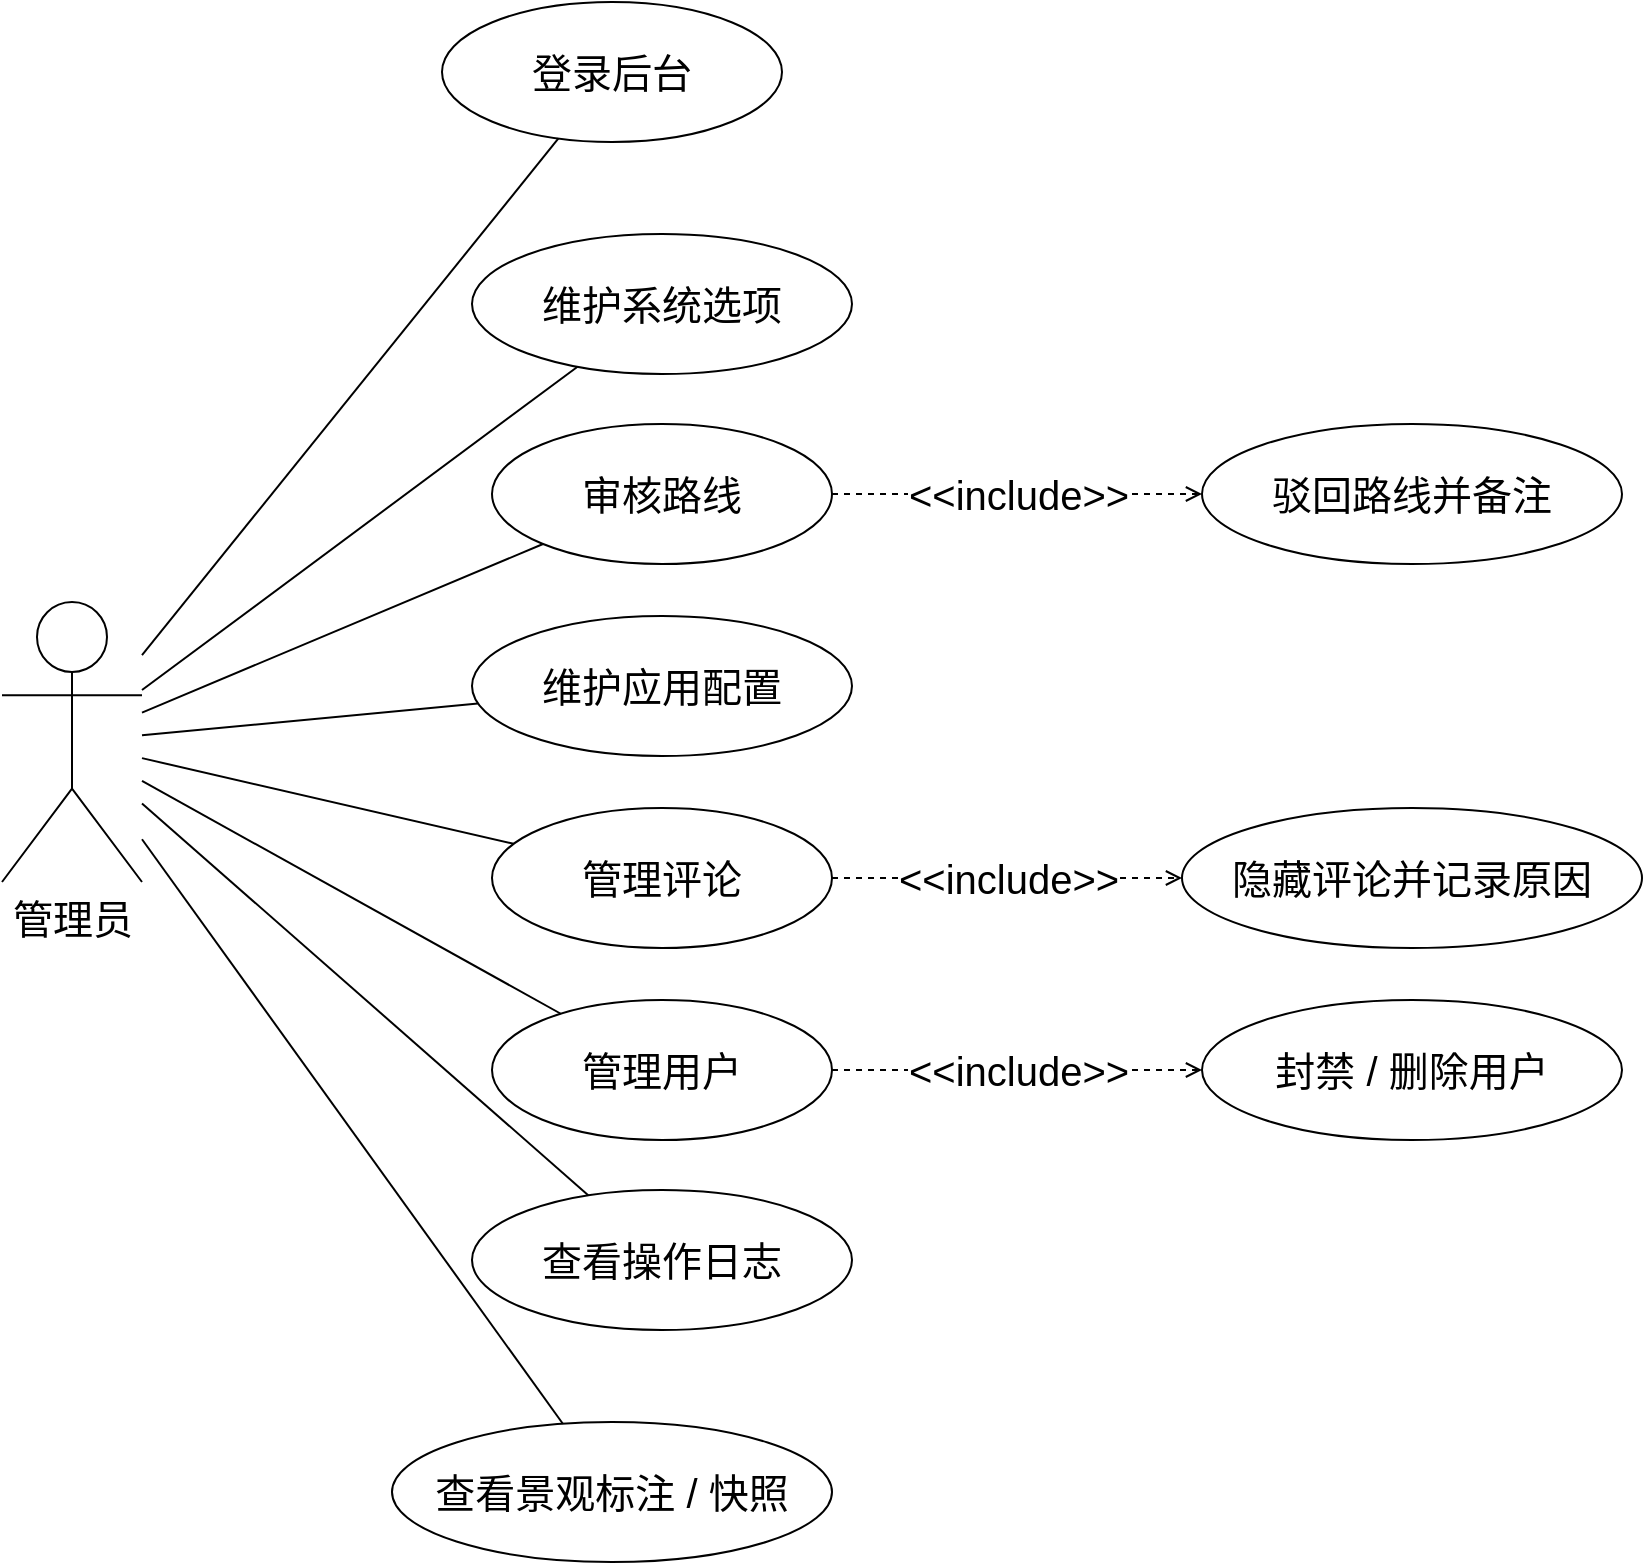
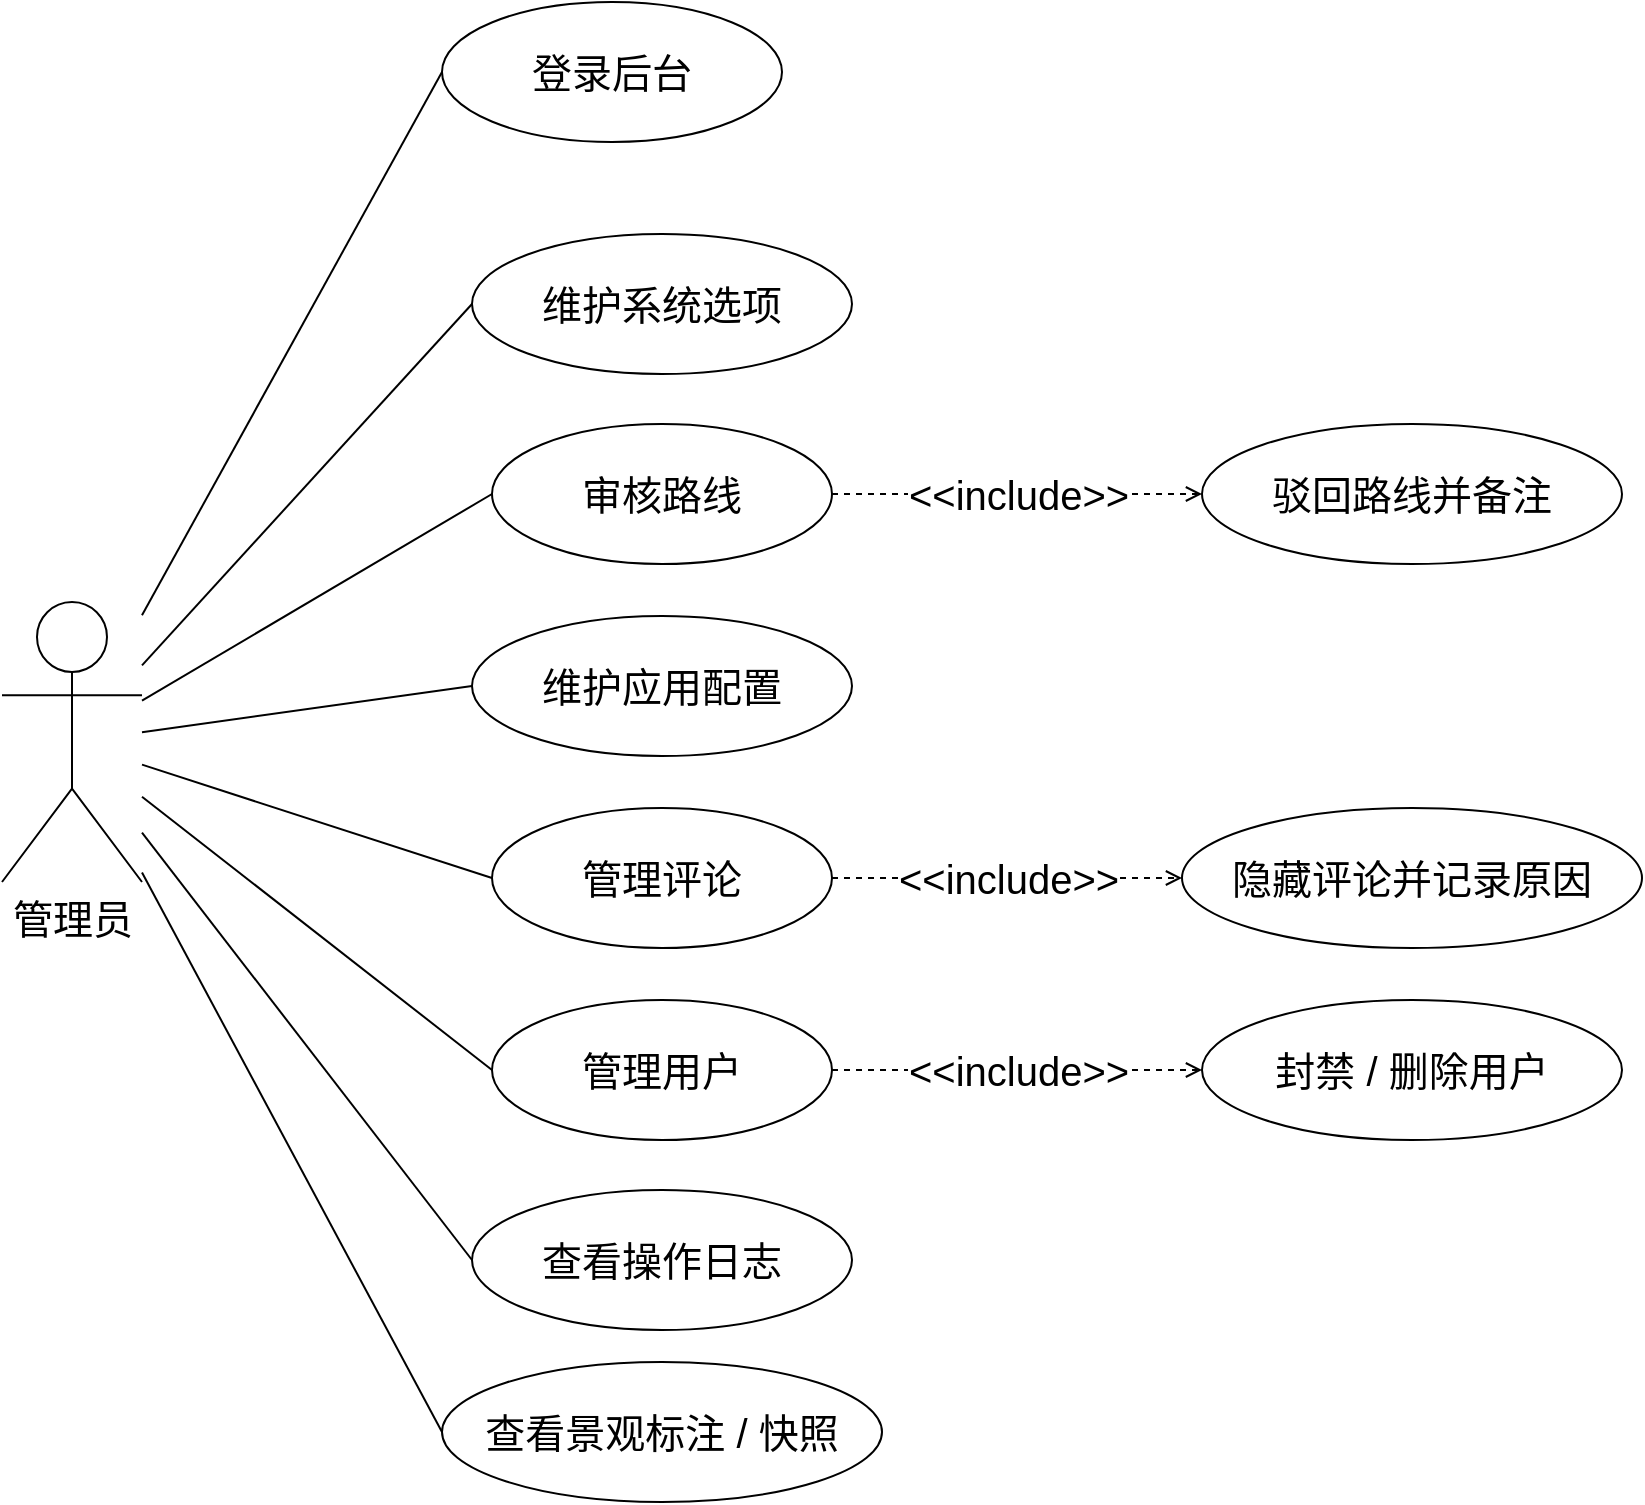
<mxfile host="Electron">
  <diagram name="admin-user-usecase" id="admin-user-usecase">
-     <mxGraphModel dx="1622" dy="1315" grid="1" gridSize="10" guides="1" tooltips="1" connect="1" arrows="1" fold="1" page="1" pageScale="1" pageWidth="1600" pageHeight="1000" math="0" shadow="0">
+     <mxGraphModel dx="1001" dy="803" grid="1" gridSize="10" guides="1" tooltips="1" connect="1" arrows="1" fold="1" page="1" pageScale="1" pageWidth="1600" pageHeight="1000" math="0" shadow="0">
      <root>
        <mxCell id="0" />
        <mxCell id="1" parent="0" />
        <mxCell id="actor_admin" parent="1" style="shape=umlActor;verticalLabelPosition=bottom;verticalAlign=top;html=1;fontSize=20;fillColor=none;" value="管理员" vertex="1">
          <mxGeometry height="140" width="70" x="70" y="350" as="geometry" />
        </mxCell>
        <mxCell id="uc_admin_login" parent="1" style="ellipse;whiteSpace=wrap;html=1;fontSize=20;fillColor=none;" value="登录后台" vertex="1">
          <mxGeometry height="70" width="170" x="290" y="50" as="geometry" />
        </mxCell>
        <mxCell id="uc_route_review" parent="1" style="ellipse;whiteSpace=wrap;html=1;fontSize=20;fillColor=none;" value="审核路线" vertex="1">
          <mxGeometry height="70" width="170" x="315" y="261" as="geometry" />
        </mxCell>
        <mxCell id="uc_review_mgmt" parent="1" style="ellipse;whiteSpace=wrap;html=1;fontSize=20;fillColor=none;" value="管理评论" vertex="1">
          <mxGeometry height="70" width="170" x="315" y="453" as="geometry" />
        </mxCell>
        <mxCell id="uc_user_mgmt" parent="1" style="ellipse;whiteSpace=wrap;html=1;fontSize=20;fillColor=none;" value="管理用户" vertex="1">
          <mxGeometry height="70" width="170" x="315" y="549" as="geometry" />
        </mxCell>
        <mxCell id="uc_logs" parent="1" style="ellipse;whiteSpace=wrap;html=1;fontSize=20;fillColor=none;" value="查看操作日志" vertex="1">
          <mxGeometry height="70" width="190" x="305" y="644" as="geometry" />
        </mxCell>
        <mxCell id="uc_system_option" parent="1" style="ellipse;whiteSpace=wrap;html=1;fontSize=20;fillColor=none;" value="维护系统选项" vertex="1">
          <mxGeometry height="70" width="190" x="305" y="166" as="geometry" />
        </mxCell>
        <mxCell id="uc_app_setting" parent="1" style="ellipse;whiteSpace=wrap;html=1;fontSize=20;fillColor=none;" value="维护应用配置" vertex="1">
          <mxGeometry height="70" width="190" x="305" y="357" as="geometry" />
        </mxCell>
        <mxCell id="uc_landscape" parent="1" style="ellipse;whiteSpace=wrap;html=1;fontSize=20;fillColor=none;" value="查看景观标注 / 快照" vertex="1">
-           <mxGeometry height="70" width="220" x="265" y="760" as="geometry" />
+           <mxGeometry height="70" width="220" x="290" y="730" as="geometry" />
        </mxCell>
        <mxCell id="uc_ban" parent="1" style="ellipse;whiteSpace=wrap;html=1;fontSize=20;fillColor=none;" value="封禁 / 删除用户" vertex="1">
          <mxGeometry height="70" width="210" x="670" y="549" as="geometry" />
        </mxCell>
        <mxCell id="uc_reject_route" parent="1" style="ellipse;whiteSpace=wrap;html=1;fontSize=20;fillColor=none;" value="驳回路线并备注" vertex="1">
          <mxGeometry height="70" width="210" x="670" y="261" as="geometry" />
        </mxCell>
        <mxCell id="uc_hide_review" parent="1" style="ellipse;whiteSpace=wrap;html=1;fontSize=20;fillColor=none;" value="隐藏评论并记录原因" vertex="1">
          <mxGeometry height="70" width="230" x="660" y="453" as="geometry" />
        </mxCell>
-         <mxCell id="e1" edge="1" parent="1" source="actor_admin" style="endArrow=none;html=1;rounded=0;fontSize=20;" target="uc_admin_login">
+         <mxCell id="e1" edge="1" parent="1" source="actor_admin" style="endArrow=none;html=1;rounded=0;fontSize=20;entryX=0;entryY=0.5;entryDx=0;entryDy=0;" target="uc_admin_login">
          <mxGeometry relative="1" as="geometry" />
        </mxCell>
-         <mxCell id="e2" edge="1" parent="1" source="actor_admin" style="endArrow=none;html=1;rounded=0;fontSize=20;" target="uc_route_review">
+         <mxCell id="e2" edge="1" parent="1" source="actor_admin" style="endArrow=none;html=1;rounded=0;fontSize=20;entryX=0;entryY=0.5;entryDx=0;entryDy=0;" target="uc_route_review">
          <mxGeometry relative="1" as="geometry" />
        </mxCell>
-         <mxCell id="e3" edge="1" parent="1" source="actor_admin" style="endArrow=none;html=1;rounded=0;fontSize=20;" target="uc_review_mgmt">
+         <mxCell id="e3" edge="1" parent="1" source="actor_admin" style="endArrow=none;html=1;rounded=0;fontSize=20;entryX=0;entryY=0.5;entryDx=0;entryDy=0;" target="uc_review_mgmt">
          <mxGeometry relative="1" as="geometry" />
        </mxCell>
-         <mxCell id="e4" edge="1" parent="1" source="actor_admin" style="endArrow=none;html=1;rounded=0;fontSize=20;" target="uc_user_mgmt">
+         <mxCell id="e4" edge="1" parent="1" source="actor_admin" style="endArrow=none;html=1;rounded=0;fontSize=20;entryX=0;entryY=0.5;entryDx=0;entryDy=0;" target="uc_user_mgmt">
          <mxGeometry relative="1" as="geometry" />
        </mxCell>
-         <mxCell id="e5" edge="1" parent="1" source="actor_admin" style="endArrow=none;html=1;rounded=0;fontSize=20;" target="uc_logs">
+         <mxCell id="e5" edge="1" parent="1" source="actor_admin" style="endArrow=none;html=1;rounded=0;fontSize=20;entryX=0;entryY=0.5;entryDx=0;entryDy=0;" target="uc_logs">
          <mxGeometry relative="1" as="geometry" />
        </mxCell>
-         <mxCell id="e6" edge="1" parent="1" source="actor_admin" style="endArrow=none;html=1;rounded=0;fontSize=20;" target="uc_system_option">
+         <mxCell id="e6" edge="1" parent="1" source="actor_admin" style="endArrow=none;html=1;rounded=0;fontSize=20;entryX=0;entryY=0.5;entryDx=0;entryDy=0;" target="uc_system_option">
          <mxGeometry relative="1" as="geometry" />
        </mxCell>
-         <mxCell id="e7" edge="1" parent="1" source="actor_admin" style="endArrow=none;html=1;rounded=0;fontSize=20;" target="uc_app_setting">
+         <mxCell id="e7" edge="1" parent="1" source="actor_admin" style="endArrow=none;html=1;rounded=0;fontSize=20;entryX=0;entryY=0.5;entryDx=0;entryDy=0;" target="uc_app_setting">
          <mxGeometry relative="1" as="geometry" />
        </mxCell>
-         <mxCell id="e8" edge="1" parent="1" source="actor_admin" style="endArrow=none;html=1;rounded=0;fontSize=20;" target="uc_landscape">
+         <mxCell id="e8" edge="1" parent="1" source="actor_admin" style="endArrow=none;html=1;rounded=0;fontSize=20;entryX=0;entryY=0.5;entryDx=0;entryDy=0;" target="uc_landscape">
          <mxGeometry relative="1" as="geometry" />
        </mxCell>
        <mxCell id="inc1" edge="1" parent="1" source="uc_user_mgmt" style="dashed=1;endArrow=open;html=1;fontSize=20;" target="uc_ban" value="&amp;lt;&amp;lt;include&amp;gt;&amp;gt;">
          <mxGeometry relative="1" as="geometry" />
        </mxCell>
        <mxCell id="inc2" edge="1" parent="1" source="uc_route_review" style="dashed=1;endArrow=open;html=1;fontSize=20;" target="uc_reject_route" value="&amp;lt;&amp;lt;include&amp;gt;&amp;gt;">
          <mxGeometry relative="1" x="0.0014" as="geometry">
            <mxPoint as="offset" />
          </mxGeometry>
        </mxCell>
        <mxCell id="inc3" edge="1" parent="1" source="uc_review_mgmt" style="dashed=1;endArrow=open;html=1;fontSize=20;" target="uc_hide_review" value="&amp;lt;&amp;lt;include&amp;gt;&amp;gt;">
          <mxGeometry relative="1" x="-0.0015" as="geometry">
            <mxPoint as="offset" />
          </mxGeometry>
        </mxCell>
      </root>
    </mxGraphModel>
  </diagram>
</mxfile>
